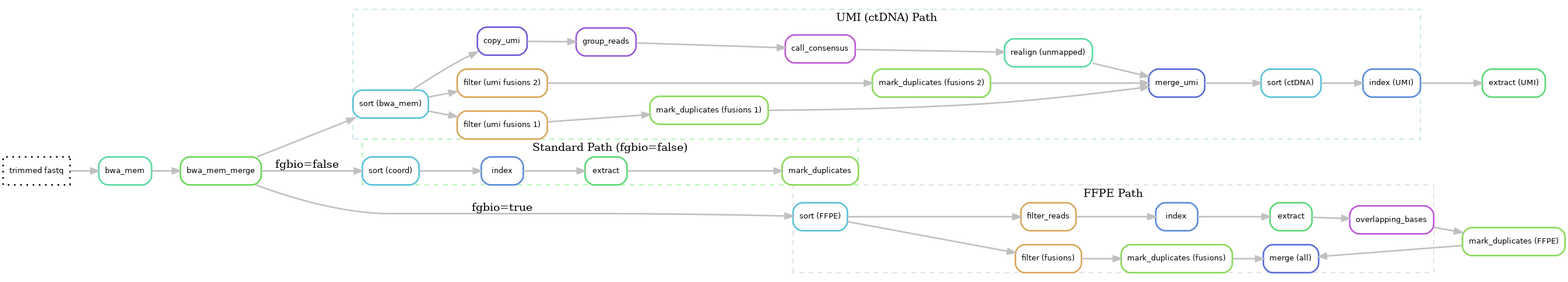
The Graphviz diagram docs/images/alignment.png in genomic-medicine-sweden/Twist_Solid, before a commit. Its source is kept beside it as docs/images/alignment.dot.
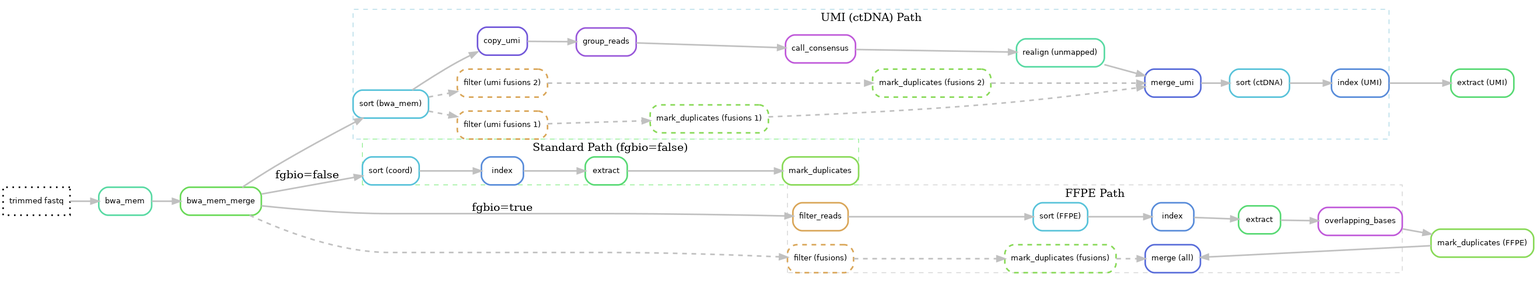
Above is the later version.

What changed in the source:
```diff
@@ -18,13 +18,13 @@
         style = dashed;
 
         f1[label = "filter_reads", color = "0.1 0.6 0.85", style="rounded"];
-        f1f[label = "filter (fusions)", color = "0.1 0.6 0.85", style="rounded"];
+        f1f[label = "filter (fusions)", color = "0.1 0.6 0.85", style="rounded,dashed"];
         s1[label = "sort (FFPE)", color = "0.53 0.6 0.85", style="rounded"];
         i1[label = "index", color = "0.60 0.6 0.85", style="rounded"];
         ex1[label = "extract", color = "0.37 0.6 0.85", style="rounded"];
         o1[label = "overlapping_bases", color = "0.80 0.6 0.85", style="rounded"];
         d1[label = "mark_duplicates (FFPE)", color = "0.27 0.6 0.85", style="rounded"];
-        d1f[label = "mark_duplicates (fusions)", color = "0.27 0.6 0.85", style="rounded"];
+        d1f[label = "mark_duplicates (fusions)", color = "0.27 0.6 0.85", style="rounded,dashed"];
         m1[label = "merge (all)", color = "0.64 0.6 0.85", style="rounded"];
 
         f1 -> s1
@@ -32,9 +32,9 @@
         i1 -> ex1
         ex1 -> o1
         o1 -> d1
-        f1f -> d1f
+        f1f -> d1f [style="dashed"]
         d1 -> m1
-        d1f -> m1
+        d1f -> m1 [style="dashed"]
     }
 
     subgraph cluster_umi {
@@ -42,30 +42,30 @@
         color = lightblue;
         style = dashed;
 
-        f2f1[label = "filter (umi fusions 1)", color = "0.1 0.6 0.85", style="rounded"];
-        f2f2[label = "filter (umi fusions 2)", color = "0.1 0.6 0.85", style="rounded"];
+        f2f1[label = "filter (umi fusions 1)", color = "0.1 0.6 0.85", style="rounded,dashed"];
+        f2f2[label = "filter (umi fusions 2)", color = "0.1 0.6 0.85", style="rounded,dashed"];
         s0[label = "sort (bwa_mem)", color = "0.53 0.6 0.85", style="rounded"];
         20[label = "copy_umi", color = "0.70 0.6 0.85", style="rounded"];
         21[label = "group_reads", color = "0.75 0.6 0.85", style="rounded"];
         22[label = "call_consensus", color = "0.80 0.6 0.85", style="rounded"];
         re_unm[label = "realign (unmapped)", color = "0.43 0.6 0.85", style="rounded"];
-        d_f1[label = "mark_duplicates (fusions 1)", color = "0.27 0.6 0.85", style="rounded"];
-        d_f2[label = "mark_duplicates (fusions 2)", color = "0.27 0.6 0.85", style="rounded"];
+        d_f1[label = "mark_duplicates (fusions 1)", color = "0.27 0.6 0.85", style="rounded,dashed"];
+        d_f2[label = "mark_duplicates (fusions 2)", color = "0.27 0.6 0.85", style="rounded,dashed"];
         m2[label = "merge_umi", color = "0.64 0.6 0.85", style="rounded"];
         s2[label = "sort (ctDNA)", color = "0.53 0.6 0.85", style="rounded"];
         i2[label = "index (UMI)", color = "0.60 0.6 0.85", style="rounded"];
         ex2[label = "extract (UMI)", color = "0.37 0.6 0.85", style="rounded"];
 
-        s0 -> f2f1
-        s0 -> f2f2
+        s0 -> f2f1 [style="dashed"]
+        s0 -> f2f2 [style="dashed"]
         s0 -> 20
         20 -> 21
         21 -> 22
         22 -> re_unm
-        f2f1 -> d_f1
-        f2f2 -> d_f2
-        d_f1 -> m2
-        d_f2 -> m2
+        f2f1 -> d_f1 [style="dashed"]
+        f2f2 -> d_f2 [style="dashed"]
+        d_f1 -> m2 [style="dashed"]
+        d_f2 -> m2 [style="dashed"]
         re_unm -> m2
         m2 -> s2
         s2 -> i2
@@ -88,7 +88,7 @@
     }
 
     4 -> f1 [label="fgbio=true"]
-    4 -> f1f [style="dotted"]
+    4 -> f1f [style="dashed"]
 
     4 -> s_std [label="fgbio=false"]
 
```
